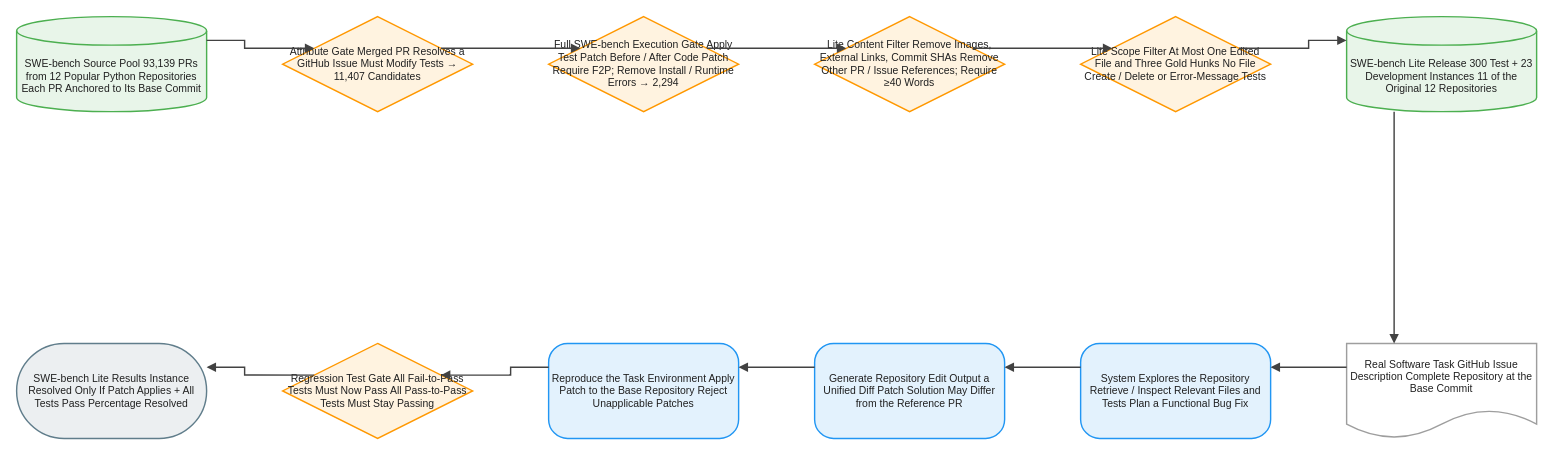
The draw.io diagram client/public/drawio/SWE-bench_Lite/SWE-bench_Lite.en.drawio in joe1chief/benchmark-hub, before the edit. Source tidied: cells renumbered, new cells numbered last; positions are measured from the earlier drawing's top-left corner, leaving out a move shared by most shapes. Both pictures are drawn from the tidied source at 95%, with x=0, y=0 at pixel (16, 16).
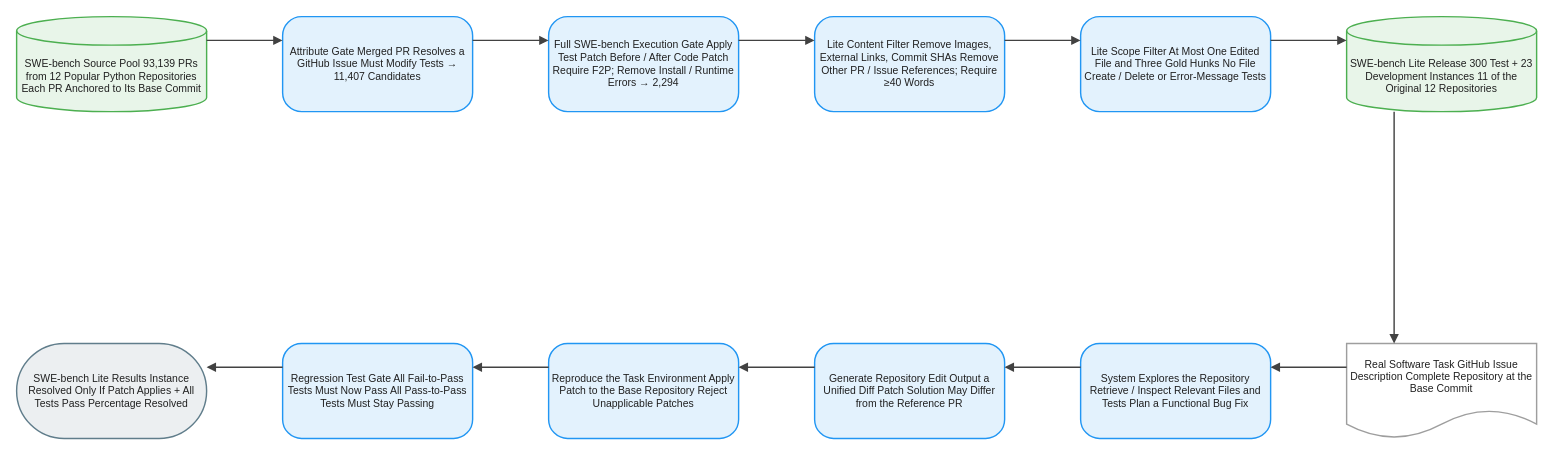
After the change.

What changed in the source:
```diff
@@
-    <mxCell id="3" value="Attribute Gate Merged PR Resolves a GitHub Issue Must Modify Tests → 11,407 Candidates" style="rhombus;html=1;whiteSpace=wrap;fillColor=#FFF3E0;strokeColor=#FF9800;strokeWidth=1.5;fontColor=#212121;fontSize=11;fontFamily=Arial, Helvetica, sans-serif;verticalAlign=middle;align=center;" parent="1" vertex="1">
+    <mxCell id="3" value="Attribute Gate Merged PR Resolves a GitHub Issue Must Modify Tests → 11,407 Candidates" style="rounded=1;arcSize=20;html=1;whiteSpace=wrap;fillColor=#E3F2FD;strokeColor=#2196F3;strokeWidth=1.5;fontColor=#212121;fontSize=11;fontFamily=Arial, Helvetica, sans-serif;verticalAlign=middle;align=center;" parent="1" vertex="1">
       <mxGeometry x="280" width="200" height="100" as="geometry" />
     </mxCell>
-    <mxCell id="4" value="Full SWE-bench Execution Gate Apply Test Patch Before / After Code Patch Require F2P; Remove Install / Runtime Errors → 2,294" style="rhombus;html=1;whiteSpace=wrap;fillColor=#FFF3E0;strokeColor=#FF9800;strokeWidth=1.5;fontColor=#212121;fontSize=11;fontFamily=Arial, Helvetica, sans-serif;verticalAlign=middle;align=center;" parent="1" vertex="1">
+    <mxCell id="4" value="Full SWE-bench Execution Gate Apply Test Patch Before / After Code Patch Require F2P; Remove Install / Runtime Errors → 2,294" style="rounded=1;arcSize=20;html=1;whiteSpace=wrap;fillColor=#E3F2FD;strokeColor=#2196F3;strokeWidth=1.5;fontColor=#212121;fontSize=11;fontFamily=Arial, Helvetica, sans-serif;verticalAlign=middle;align=center;" parent="1" vertex="1">
       <mxGeometry x="560" width="200" height="100" as="geometry" />
     </mxCell>
-    <mxCell id="5" value="Lite Content Filter Remove Images, External Links, Commit SHAs Remove Other PR / Issue References; Require ≥40 Words" style="rhombus;html=1;whiteSpace=wrap;fillColor=#FFF3E0;strokeColor=#FF9800;strokeWidth=1.5;fontColor=#212121;fontSize=11;fontFamily=Arial, Helvetica, sans-serif;verticalAlign=middle;align=center;" parent="1" vertex="1">
+    <mxCell id="5" value="Lite Content Filter Remove Images, External Links, Commit SHAs Remove Other PR / Issue References; Require ≥40 Words" style="rounded=1;arcSize=20;html=1;whiteSpace=wrap;fillColor=#E3F2FD;strokeColor=#2196F3;strokeWidth=1.5;fontColor=#212121;fontSize=11;fontFamily=Arial, Helvetica, sans-serif;verticalAlign=middle;align=center;" parent="1" vertex="1">
       <mxGeometry x="840" width="200" height="100" as="geometry" />
     </mxCell>
-    <mxCell id="6" value="Lite Scope Filter At Most One Edited File and Three Gold Hunks No File Create / Delete or Error-Message Tests" style="rhombus;html=1;whiteSpace=wrap;fillColor=#FFF3E0;strokeColor=#FF9800;strokeWidth=1.5;fontColor=#212121;fontSize=11;fontFamily=Arial, Helvetica, sans-serif;verticalAlign=middle;align=center;" parent="1" vertex="1">
+    <mxCell id="6" value="Lite Scope Filter At Most One Edited File and Three Gold Hunks No File Create / Delete or Error-Message Tests" style="rounded=1;arcSize=20;html=1;whiteSpace=wrap;fillColor=#E3F2FD;strokeColor=#2196F3;strokeWidth=1.5;fontColor=#212121;fontSize=11;fontFamily=Arial, Helvetica, sans-serif;verticalAlign=middle;align=center;" parent="1" vertex="1">
       <mxGeometry x="1120" width="200" height="100" as="geometry" />
     </mxCell>
@@
-    <mxCell id="12" value="Regression Test Gate All Fail-to-Pass Tests Must Now Pass All Pass-to-Pass Tests Must Stay Passing" style="rhombus;html=1;whiteSpace=wrap;fillColor=#FFF3E0;strokeColor=#FF9800;strokeWidth=1.5;fontColor=#212121;fontSize=11;fontFamily=Arial, Helvetica, sans-serif;verticalAlign=middle;align=center;" parent="1" vertex="1">
+    <mxCell id="12" value="Regression Test Gate All Fail-to-Pass Tests Must Now Pass All Pass-to-Pass Tests Must Stay Passing" style="rounded=1;arcSize=20;html=1;whiteSpace=wrap;fillColor=#E3F2FD;strokeColor=#2196F3;strokeWidth=1.5;fontColor=#212121;fontSize=11;fontFamily=Arial, Helvetica, sans-serif;verticalAlign=middle;align=center;" parent="1" vertex="1">
       <mxGeometry x="280" y="344" width="200" height="100" as="geometry" />
     </mxCell>
```
